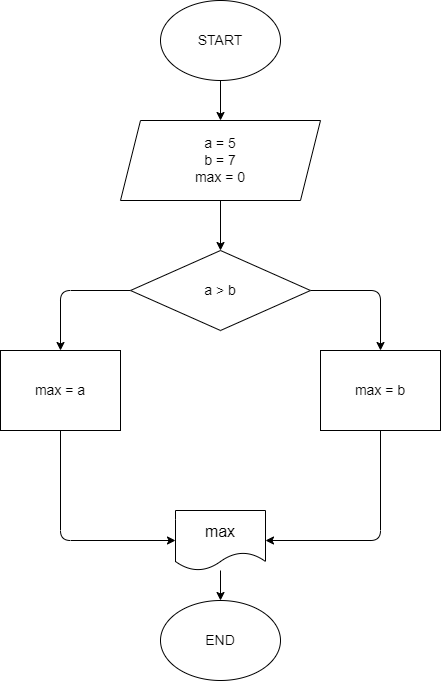
This is Homework/Homework_01/Ex002/diagram.drawio.png from shenlindao/CSharp, a draw.io export, as it was before one commit. Source tidied: cells renumbered, new cells last; positions are measured from the earlier drawing's top-left corner, leaving out a move shared by most shapes. The source it was exported from:
```xml
<mxGraphModel>
  <root>
    <mxCell id="0" />
    <mxCell id="1" parent="0" />
    <mxCell id="2" style="edgeStyle=none;html=1;" parent="1" edge="1" source="3" target="5">
      <mxGeometry relative="1" as="geometry" />
    </mxCell>
    <mxCell id="3" value="&lt;font style=&quot;font-size: 14px;&quot;&gt;START&lt;/font&gt;" style="ellipse;whiteSpace=wrap;html=1;" parent="1" vertex="1">
      <mxGeometry x="160" width="120" height="80" as="geometry" />
    </mxCell>
    <mxCell id="4" style="edgeStyle=none;html=1;fontSize=14;" parent="1" edge="1" source="5" target="11">
      <mxGeometry relative="1" as="geometry" />
    </mxCell>
    <mxCell id="5" value="&lt;font style=&quot;font-size: 14px;&quot;&gt;a = 5&lt;br&gt;b = 7&lt;br&gt;max = 0&lt;br&gt;&lt;/font&gt;" style="shape=parallelogram;perimeter=parallelogramPerimeter;whiteSpace=wrap;html=1;fixedSize=1;" parent="1" vertex="1">
      <mxGeometry x="120" y="120" width="200" height="80" as="geometry" />
    </mxCell>
    <mxCell id="6" style="edgeStyle=none;html=1;fontSize=14;" parent="1" edge="1" source="7" target="8">
      <mxGeometry relative="1" as="geometry" />
    </mxCell>
    <mxCell id="7" value="&lt;font size=&quot;3&quot;&gt;max&lt;/font&gt;" style="shape=document;whiteSpace=wrap;html=1;boundedLbl=1;" parent="1" vertex="1">
      <mxGeometry x="175" y="510" width="90" height="60" as="geometry" />
    </mxCell>
    <mxCell id="8" value="END" style="ellipse;whiteSpace=wrap;html=1;fontSize=14;" parent="1" vertex="1">
      <mxGeometry x="160" y="600" width="120" height="80" as="geometry" />
    </mxCell>
    <mxCell id="9" style="edgeStyle=none;html=1;entryX=0.5;entryY=0;entryDx=0;entryDy=0;fontSize=14;" parent="1" edge="1" source="11" target="13">
      <mxGeometry relative="1" as="geometry">
        <Array as="points">
          <mxPoint x="60" y="290" />
        </Array>
      </mxGeometry>
    </mxCell>
    <mxCell id="10" style="edgeStyle=none;html=1;entryX=0.5;entryY=0;entryDx=0;entryDy=0;fontSize=14;" parent="1" edge="1" source="11" target="15">
      <mxGeometry relative="1" as="geometry">
        <Array as="points">
          <mxPoint x="380" y="290" />
        </Array>
      </mxGeometry>
    </mxCell>
    <mxCell id="11" value="&lt;font style=&quot;font-size: 14px;&quot;&gt;a &amp;gt; b&lt;/font&gt;" style="rhombus;whiteSpace=wrap;html=1;" parent="1" vertex="1">
      <mxGeometry x="130" y="250" width="180" height="80" as="geometry" />
    </mxCell>
    <mxCell id="12" style="edgeStyle=none;html=1;entryX=0;entryY=0.5;entryDx=0;entryDy=0;fontSize=14;" parent="1" edge="1" source="13" target="7">
      <mxGeometry relative="1" as="geometry">
        <Array as="points">
          <mxPoint x="60" y="540" />
        </Array>
      </mxGeometry>
    </mxCell>
    <mxCell id="13" value="&lt;font style=&quot;font-size: 14px;&quot;&gt;max = a&lt;/font&gt;" style="whiteSpace=wrap;html=1;" parent="1" vertex="1">
      <mxGeometry y="350" width="120" height="80" as="geometry" />
    </mxCell>
    <mxCell id="14" style="edgeStyle=none;html=1;entryX=1;entryY=0.5;entryDx=0;entryDy=0;fontSize=14;" parent="1" edge="1" source="15" target="7">
      <mxGeometry relative="1" as="geometry">
        <Array as="points">
          <mxPoint x="380" y="540" />
        </Array>
      </mxGeometry>
    </mxCell>
    <mxCell id="15" value="&lt;font style=&quot;font-size: 14px;&quot;&gt;max = b&lt;/font&gt;" style="whiteSpace=wrap;html=1;" parent="1" vertex="1">
      <mxGeometry x="320" y="350" width="120" height="80" as="geometry" />
    </mxCell>
  </root>
</mxGraphModel>
```
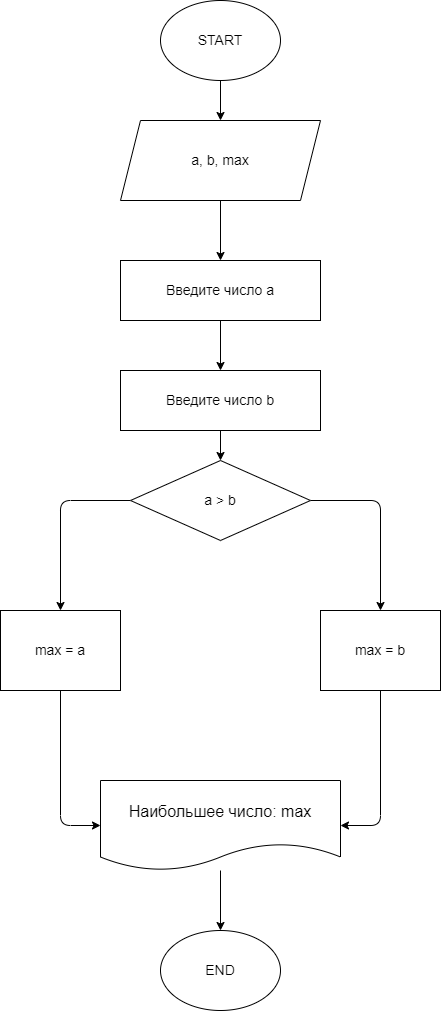
The same file after the commit.

The edit, as a diff of the source:
```diff
@@ -8,57 +8,74 @@
     <mxCell id="3" value="&lt;font style=&quot;font-size: 14px;&quot;&gt;START&lt;/font&gt;" style="ellipse;whiteSpace=wrap;html=1;" parent="1" vertex="1">
       <mxGeometry x="160" width="120" height="80" as="geometry" />
     </mxCell>
-    <mxCell id="4" style="edgeStyle=none;html=1;fontSize=14;" parent="1" edge="1" source="5" target="11">
-      <mxGeometry relative="1" as="geometry" />
-    </mxCell>
+    <mxCell id="16" style="edgeStyle=none;html=1;fontSize=14;" parent="1" edge="1" source="5" target="21">
+      <mxGeometry relative="1" as="geometry" />
+    </mxCell>
-    <mxCell id="5" value="&lt;font style=&quot;font-size: 14px;&quot;&gt;a = 5&lt;br&gt;b = 7&lt;br&gt;max = 0&lt;br&gt;&lt;/font&gt;" style="shape=parallelogram;perimeter=parallelogramPerimeter;whiteSpace=wrap;html=1;fixedSize=1;" parent="1" vertex="1">
+    <mxCell id="5" value="&lt;font style=&quot;font-size: 14px;&quot;&gt;a, b, max&lt;br&gt;&lt;/font&gt;" style="shape=parallelogram;perimeter=parallelogramPerimeter;whiteSpace=wrap;html=1;fixedSize=1;" parent="1" vertex="1">
       <mxGeometry x="120" y="120" width="200" height="80" as="geometry" />
     </mxCell>
     <mxCell id="6" style="edgeStyle=none;html=1;fontSize=14;" parent="1" edge="1" source="7" target="8">
       <mxGeometry relative="1" as="geometry" />
     </mxCell>
+    <mxCell id="17" style="edgeStyle=none;html=1;exitX=0;exitY=0.5;exitDx=0;exitDy=0;fontSize=14;" parent="1" edge="1" source="7">
+      <mxGeometry relative="1" as="geometry">
+        <mxPoint x="110" y="824.7" as="targetPoint" />
+      </mxGeometry>
+    </mxCell>
-    <mxCell id="7" value="&lt;font size=&quot;3&quot;&gt;max&lt;/font&gt;" style="shape=document;whiteSpace=wrap;html=1;boundedLbl=1;" parent="1" vertex="1">
-      <mxGeometry x="175" y="510" width="90" height="60" as="geometry" />
+    <mxCell id="7" value="&lt;font size=&quot;3&quot;&gt;Наибольшее число: max&lt;/font&gt;" style="shape=document;whiteSpace=wrap;html=1;boundedLbl=1;" parent="1" vertex="1">
+      <mxGeometry x="100" y="780" width="240" height="90" as="geometry" />
     </mxCell>
     <mxCell id="8" value="END" style="ellipse;whiteSpace=wrap;html=1;fontSize=14;" parent="1" vertex="1">
-      <mxGeometry x="160" y="600" width="120" height="80" as="geometry" />
+      <mxGeometry x="160" y="930" width="120" height="80" as="geometry" />
     </mxCell>
     <mxCell id="9" style="edgeStyle=none;html=1;entryX=0.5;entryY=0;entryDx=0;entryDy=0;fontSize=14;" parent="1" edge="1" source="11" target="13">
       <mxGeometry relative="1" as="geometry">
         <Array as="points">
-          <mxPoint x="60" y="290" />
+          <mxPoint x="60" y="500" />
         </Array>
       </mxGeometry>
     </mxCell>
     <mxCell id="10" style="edgeStyle=none;html=1;entryX=0.5;entryY=0;entryDx=0;entryDy=0;fontSize=14;" parent="1" edge="1" source="11" target="15">
       <mxGeometry relative="1" as="geometry">
         <Array as="points">
-          <mxPoint x="380" y="290" />
+          <mxPoint x="380" y="500" />
         </Array>
       </mxGeometry>
     </mxCell>
     <mxCell id="11" value="&lt;font style=&quot;font-size: 14px;&quot;&gt;a &amp;gt; b&lt;/font&gt;" style="rhombus;whiteSpace=wrap;html=1;" parent="1" vertex="1">
-      <mxGeometry x="130" y="250" width="180" height="80" as="geometry" />
+      <mxGeometry x="130" y="460" width="180" height="80" as="geometry" />
     </mxCell>
     <mxCell id="12" style="edgeStyle=none;html=1;entryX=0;entryY=0.5;entryDx=0;entryDy=0;fontSize=14;" parent="1" edge="1" source="13" target="7">
       <mxGeometry relative="1" as="geometry">
         <Array as="points">
-          <mxPoint x="60" y="540" />
+          <mxPoint x="60" y="825" />
         </Array>
       </mxGeometry>
     </mxCell>
     <mxCell id="13" value="&lt;font style=&quot;font-size: 14px;&quot;&gt;max = a&lt;/font&gt;" style="whiteSpace=wrap;html=1;" parent="1" vertex="1">
-      <mxGeometry y="350" width="120" height="80" as="geometry" />
+      <mxGeometry y="610" width="120" height="80" as="geometry" />
     </mxCell>
     <mxCell id="14" style="edgeStyle=none;html=1;entryX=1;entryY=0.5;entryDx=0;entryDy=0;fontSize=14;" parent="1" edge="1" source="15" target="7">
       <mxGeometry relative="1" as="geometry">
         <Array as="points">
-          <mxPoint x="380" y="540" />
+          <mxPoint x="380" y="825" />
         </Array>
       </mxGeometry>
     </mxCell>
     <mxCell id="15" value="&lt;font style=&quot;font-size: 14px;&quot;&gt;max = b&lt;/font&gt;" style="whiteSpace=wrap;html=1;" parent="1" vertex="1">
-      <mxGeometry x="320" y="350" width="120" height="80" as="geometry" />
+      <mxGeometry x="320" y="610" width="120" height="80" as="geometry" />
     </mxCell>
+    <mxCell id="18" style="edgeStyle=none;html=1;fontSize=14;" parent="1" edge="1" source="19" target="11">
+      <mxGeometry relative="1" as="geometry" />
+    </mxCell>
+    <mxCell id="19" value="Введите число b" style="rounded=0;whiteSpace=wrap;html=1;fontSize=14;" parent="1" vertex="1">
+      <mxGeometry x="120" y="370" width="200" height="60" as="geometry" />
+    </mxCell>
+    <mxCell id="20" style="edgeStyle=none;html=1;fontSize=14;" parent="1" edge="1" source="21" target="19">
+      <mxGeometry relative="1" as="geometry" />
+    </mxCell>
+    <mxCell id="21" value="Введите число a" style="rounded=0;whiteSpace=wrap;html=1;fontSize=14;" parent="1" vertex="1">
+      <mxGeometry x="120" y="260" width="200" height="60" as="geometry" />
+    </mxCell>
   </root>
 </mxGraphModel>
```
